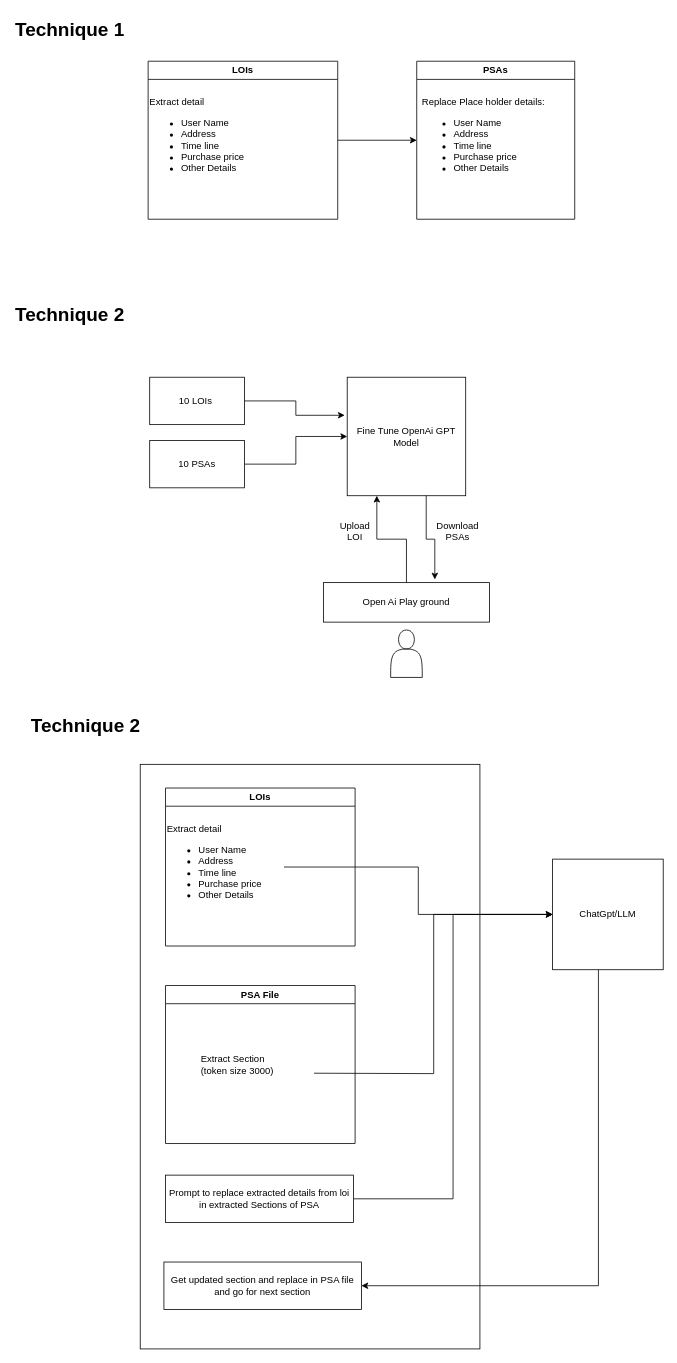
Above: Untitled Diagram.drawio in muneebsaif/onstak_architecture2 (draw.io), before the change. Source tidied: cells renumbered, new cells numbered last; positions are measured from the earlier drawing's top-left corner, leaving out a move shared by most shapes. Both pictures are drawn from the tidied source at 79%, with x=0, y=0 at pixel (13, 13).
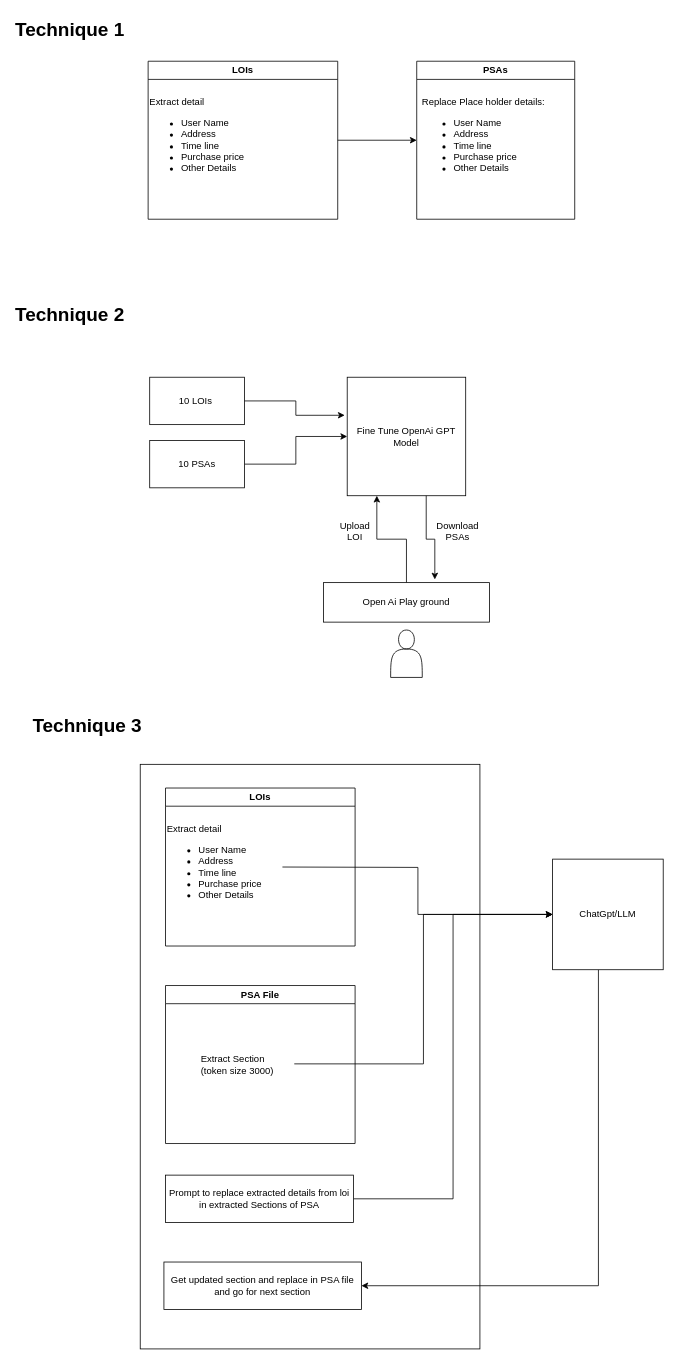
After the change.

Commit message:
Update zeal group Diagram.drawio

The change refers to these unchanged cells:
```xml
<mxCell id="23" value="Extract detail&amp;nbsp;&lt;div&gt;&lt;ul&gt;&lt;li&gt;User Name&lt;/li&gt;&lt;li&gt;Address&lt;/li&gt;&lt;li&gt;Time line&amp;nbsp;&lt;/li&gt;&lt;li&gt;Purchase price&amp;nbsp;&lt;/li&gt;&lt;li&gt;Other Details&amp;nbsp;&lt;/li&gt;&lt;/ul&gt;&lt;/div&gt;" style="text;html=1;align=left;verticalAlign=middle;points=[];strokeColor=none;fillColor=none;" parent="22" vertex="1">
  <mxGeometry y="40" width="150" height="120" as="geometry" />
</mxCell>
<mxCell id="25" value="Extract Section&lt;div&gt;(token size 3000)&lt;/div&gt;" style="text;html=1;align=left;verticalAlign=middle;points=[];strokeColor=none;fillColor=none;" parent="24" vertex="1">
  <mxGeometry x="43" y="80" width="120" height="40" as="geometry" />
</mxCell>
<mxCell id="27" value="ChatGpt/LLM" style="whiteSpace=wrap;html=1;" parent="1" vertex="1">
  <mxGeometry x="682" y="1070" width="140" height="140" as="geometry" />
</mxCell>
```

The edit, as a diff of the source:
```diff
@@
-    <mxCell id="21" value="&lt;h1 style=&quot;margin-top: 0px;&quot;&gt;Technique 2&lt;/h1&gt;&lt;p&gt;&lt;br&gt;&lt;/p&gt;" style="text;html=1;whiteSpace=wrap;overflow=hidden;rounded=0;" parent="1" vertex="1">
-      <mxGeometry x="20" y="880" width="160" height="50" as="geometry" />
+    <mxCell id="21" value="&lt;h1 style=&quot;margin-top: 0px;&quot;&gt;Technique 3&lt;/h1&gt;&lt;p&gt;&lt;br&gt;&lt;/p&gt;" style="text;html=1;whiteSpace=wrap;overflow=hidden;rounded=0;" parent="1" vertex="1">
+      <mxGeometry x="22" y="880" width="160" height="50" as="geometry" />
     </mxCell>
@@
-    <mxCell id="28" style="edgeStyle=orthogonalEdgeStyle;rounded=0;jettySize=auto;html=1;entryX=0;entryY=0.5;entryDx=0;entryDy=0;" parent="1" edge="1" target="27">
-      <mxGeometry relative="1" as="geometry">
-        <mxPoint x="380" y="1341" as="sourcePoint" />
-      </mxGeometry>
+    <mxCell id="28" style="edgeStyle=orthogonalEdgeStyle;rounded=0;jettySize=auto;html=1;entryX=0;entryY=0.5;entryDx=0;entryDy=0;exitX=1;exitY=0.479;exitDx=0;exitDy=0;exitPerimeter=0;" parent="1" edge="1" source="25" target="27">
+      <mxGeometry relative="1" as="geometry" />
     </mxCell>
-    <mxCell id="29" style="edgeStyle=orthogonalEdgeStyle;rounded=0;jettySize=auto;html=1;" parent="1" edge="1" source="23" target="27">
-      <mxGeometry relative="1" as="geometry" />
+    <mxCell id="29" style="edgeStyle=orthogonalEdgeStyle;rounded=0;jettySize=auto;html=1;" parent="1" edge="1" target="27">
+      <mxGeometry relative="1" as="geometry">
+        <mxPoint x="340" y="1080" as="sourcePoint" />
+      </mxGeometry>
     </mxCell>
```
